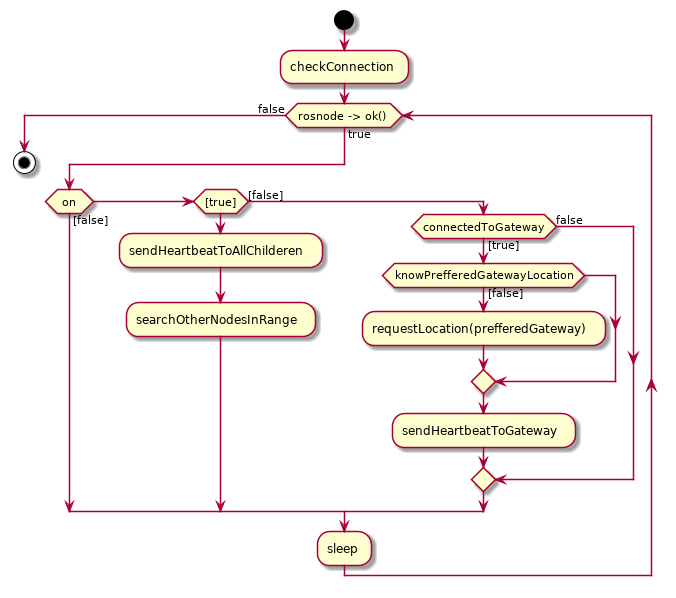
Before: Docs/DesignDocumenten/UML/out/Communication/activity/CheckConnection/CheckConnection.png, a diagram exported from PlantUML (mauriceberentsen/Automated-Drone-Distribution-Network). Its diagram source:
```plantuml
@startuml


start

:checkConnection;
while (rosnode -> ok() ) is (true)
	if (on) then ([false])
		elseif ([true])
			:sendHeartbeatToAllChilderen;
			:searchOtherNodesInRange;
		else ([false])
			if (connectedToGateway) then ([true])
				if(knowPrefferedGatewayLocation) then ([false])
					:requestLocation(prefferedGateway);
			endif
    	:sendHeartbeatToGateway;
    	else (false)
		endif
    endif
    :sleep;
endwhile (false)
stop


@enduml
```
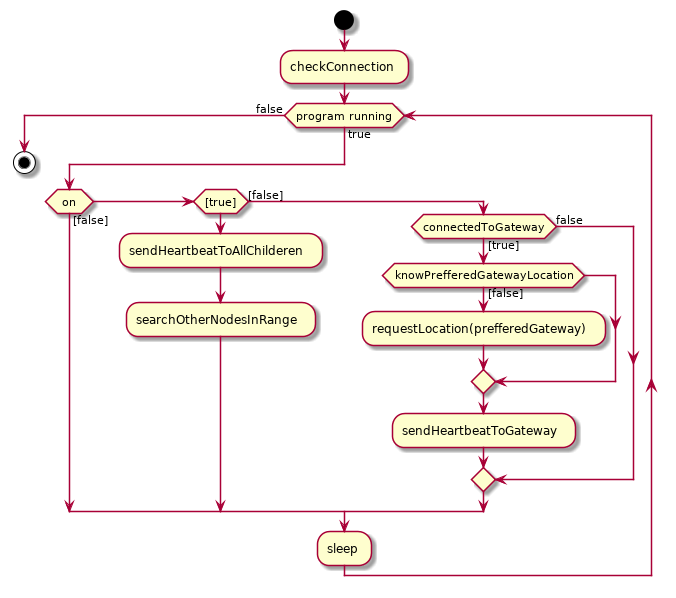
Later version of the same file.

Diff of the diagram source:
```diff
@@ -4,7 +4,7 @@
 start
 
 :checkConnection;
-while (rosnode -> ok() ) is (true)
+while (program running) is (true)
 	if (on) then ([false])
 		elseif ([true])
 			:sendHeartbeatToAllChilderen;
```
